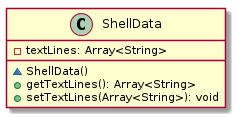
Before: malokhvii-eduard/malokhvii04/doc/plantuml/png/ua.khpi.oop.malokhvii04.shell.ShellData.png, a diagram exported from PlantUML (P-Kalin/kit26a).
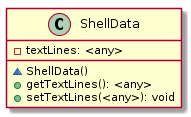
The same file after the commit.

Diff of the diagram source:
```diff
@@ -1,10 +1,10 @@
 @startuml
 
     class ShellData {
-        -textLines: Array<String>
+        -textLines: <any>
         ~ShellData()
-        +getTextLines(): Array<String>
-        +setTextLines(Array<String>): void
+        +getTextLines(): <any>
+        +setTextLines(<any>): void
     }
 
 @enduml
```
